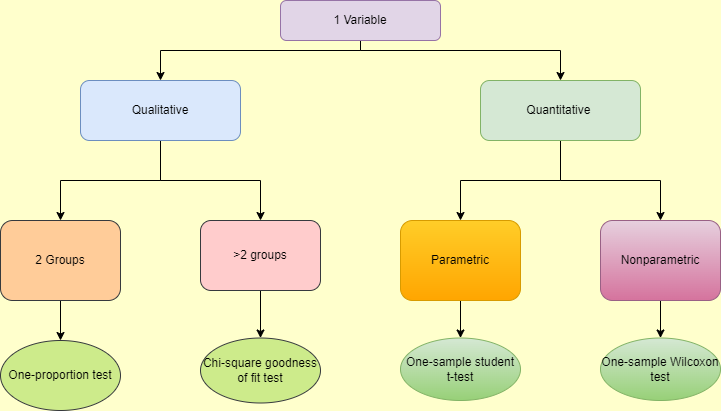
The draw.io diagram OneVariable.drawio.png in Ochoka/Data, before a commit. Source tidied: cells renumbered, new cells last; positions are measured from the earlier drawing's top-left corner, leaving out a move shared by most shapes.
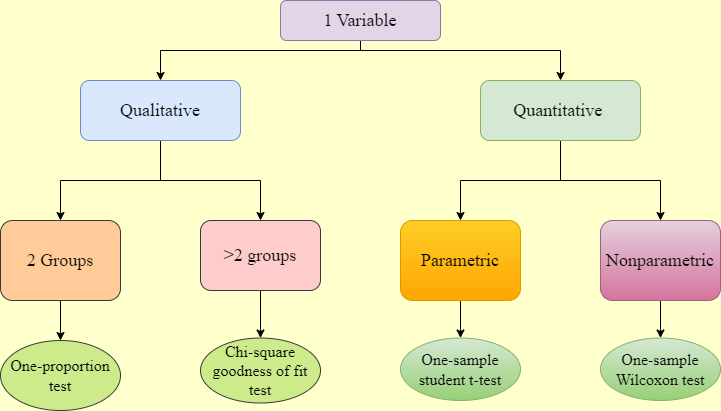
The same file after the commit.

Diff of the diagram source:
```diff
@@ -5,37 +5,37 @@
     <mxCell id="2" style="edgeStyle=orthogonalEdgeStyle;rounded=0;jettySize=auto;html=1;exitX=0.5;exitY=1;exitDx=0;exitDy=0;entryX=0.5;entryY=0;entryDx=0;entryDy=0;" parent="1" edge="1" source="3" target="10">
       <mxGeometry relative="1" as="geometry" />
     </mxCell>
-    <mxCell id="3" value="2 Groups" style="rounded=1;whiteSpace=wrap;html=1;fontSize=12;glass=0;strokeWidth=1;shadow=0;fillColor=#ffcc99;strokeColor=#36393d;" parent="1" vertex="1">
+    <mxCell id="3" value="&lt;font style=&quot;font-size: 18px;&quot; face=&quot;Times New Roman&quot;&gt;2 Groups&lt;/font&gt;" style="rounded=1;whiteSpace=wrap;html=1;fontSize=12;glass=0;strokeWidth=1;shadow=0;fillColor=#ffcc99;strokeColor=#36393d;" parent="1" vertex="1">
       <mxGeometry y="220" width="120" height="80" as="geometry" />
     </mxCell>
     <mxCell id="4" style="edgeStyle=orthogonalEdgeStyle;rounded=0;jettySize=auto;html=1;entryX=0.5;entryY=0;entryDx=0;entryDy=0;" parent="1" edge="1" source="5" target="11">
       <mxGeometry relative="1" as="geometry" />
     </mxCell>
-    <mxCell id="5" value="&amp;gt;2 groups" style="rounded=1;whiteSpace=wrap;html=1;fillColor=#ffcccc;strokeColor=#36393d;" parent="1" vertex="1">
+    <mxCell id="5" value="&lt;font style=&quot;font-size: 18px;&quot; face=&quot;Times New Roman&quot;&gt;&amp;gt;2 groups&lt;/font&gt;" style="rounded=1;whiteSpace=wrap;html=1;fillColor=#ffcccc;strokeColor=#36393d;" parent="1" vertex="1">
       <mxGeometry x="200" y="220" width="120" height="70" as="geometry" />
     </mxCell>
     <mxCell id="6" style="edgeStyle=orthogonalEdgeStyle;rounded=0;jettySize=auto;html=1;exitX=0.5;exitY=1;exitDx=0;exitDy=0;entryX=0.5;entryY=0;entryDx=0;entryDy=0;" parent="1" edge="1" source="7" target="12">
       <mxGeometry relative="1" as="geometry" />
     </mxCell>
-    <mxCell id="7" value="Parametric" style="rounded=1;whiteSpace=wrap;html=1;fillColor=#ffcd28;gradientColor=#ffa500;strokeColor=#d79b00;" parent="1" vertex="1">
+    <mxCell id="7" value="&lt;font style=&quot;font-size: 18px;&quot; face=&quot;Times New Roman&quot;&gt;Parametric&lt;/font&gt;" style="rounded=1;whiteSpace=wrap;html=1;fillColor=#ffcd28;gradientColor=#ffa500;strokeColor=#d79b00;" parent="1" vertex="1">
       <mxGeometry x="400" y="220" width="120" height="80" as="geometry" />
     </mxCell>
     <mxCell id="8" style="edgeStyle=orthogonalEdgeStyle;rounded=0;jettySize=auto;html=1;exitX=0.5;exitY=1;exitDx=0;exitDy=0;entryX=0.5;entryY=0;entryDx=0;entryDy=0;" parent="1" edge="1" source="9" target="13">
       <mxGeometry relative="1" as="geometry" />
     </mxCell>
-    <mxCell id="9" value="Nonparametric" style="rounded=1;whiteSpace=wrap;html=1;fillColor=#e6d0de;gradientColor=#d5739d;strokeColor=#996185;" parent="1" vertex="1">
+    <mxCell id="9" value="&lt;font style=&quot;font-size: 18px;&quot; face=&quot;Times New Roman&quot;&gt;Nonparametric&lt;/font&gt;" style="rounded=1;whiteSpace=wrap;html=1;fillColor=#e6d0de;gradientColor=#d5739d;strokeColor=#996185;" parent="1" vertex="1">
       <mxGeometry x="600" y="220" width="120" height="80" as="geometry" />
     </mxCell>
-    <mxCell id="10" value="One-proportion test" style="ellipse;whiteSpace=wrap;html=1;fillColor=#cdeb8b;strokeColor=#36393d;" parent="1" vertex="1">
+    <mxCell id="10" value="&lt;font style=&quot;font-size: 16px;&quot; face=&quot;Times New Roman&quot;&gt;One-proportion test&lt;/font&gt;" style="ellipse;whiteSpace=wrap;html=1;fillColor=#cdeb8b;strokeColor=#36393d;" parent="1" vertex="1">
       <mxGeometry y="340" width="120" height="70" as="geometry" />
     </mxCell>
-    <mxCell id="11" value="Chi-square goodness of fit test" style="ellipse;whiteSpace=wrap;html=1;fillColor=#cdeb8b;strokeColor=#36393d;" parent="1" vertex="1">
+    <mxCell id="11" value="&lt;font style=&quot;font-size: 16px;&quot; face=&quot;Times New Roman&quot;&gt;Chi-square goodness of fit test&lt;/font&gt;" style="ellipse;whiteSpace=wrap;html=1;fillColor=#cdeb8b;strokeColor=#36393d;" parent="1" vertex="1">
       <mxGeometry x="200" y="337.5" width="120" height="65" as="geometry" />
     </mxCell>
-    <mxCell id="12" value="One-sample student t-test" style="ellipse;whiteSpace=wrap;html=1;fillColor=#d5e8d4;gradientColor=#97d077;strokeColor=#82b366;" parent="1" vertex="1">
+    <mxCell id="12" value="&lt;font style=&quot;font-size: 16px;&quot; face=&quot;Times New Roman&quot;&gt;One-sample student t-test&lt;/font&gt;" style="ellipse;whiteSpace=wrap;html=1;fillColor=#d5e8d4;gradientColor=#97d077;strokeColor=#82b366;" parent="1" vertex="1">
       <mxGeometry x="400" y="337.5" width="120" height="62.5" as="geometry" />
     </mxCell>
-    <mxCell id="13" value="One-sample Wilcoxon test" style="ellipse;whiteSpace=wrap;html=1;fillColor=#d5e8d4;gradientColor=#97d077;strokeColor=#82b366;" parent="1" vertex="1">
+    <mxCell id="13" value="&lt;font face=&quot;Times New Roman&quot; style=&quot;font-size: 16px;&quot;&gt;One-sample Wilcoxon test&lt;/font&gt;" style="ellipse;whiteSpace=wrap;html=1;fillColor=#d5e8d4;gradientColor=#97d077;strokeColor=#82b366;" parent="1" vertex="1">
       <mxGeometry x="600" y="337.5" width="120" height="62.5" as="geometry" />
     </mxCell>
     <mxCell id="14" style="edgeStyle=orthogonalEdgeStyle;rounded=0;jettySize=auto;html=1;entryX=0.5;entryY=0;entryDx=0;entryDy=0;" parent="1" edge="1" source="16" target="3">
@@ -44,7 +44,7 @@
     <mxCell id="15" style="edgeStyle=orthogonalEdgeStyle;rounded=0;jettySize=auto;html=1;entryX=0.5;entryY=0;entryDx=0;entryDy=0;" parent="1" edge="1" source="16" target="5">
       <mxGeometry relative="1" as="geometry" />
     </mxCell>
-    <mxCell id="16" value="Qualitative" style="rounded=1;whiteSpace=wrap;html=1;fillColor=#dae8fc;strokeColor=#6c8ebf;" parent="1" vertex="1">
+    <mxCell id="16" value="&lt;font style=&quot;font-size: 18px;&quot; face=&quot;Times New Roman&quot;&gt;Qualitative&lt;/font&gt;" style="rounded=1;whiteSpace=wrap;html=1;fillColor=#dae8fc;strokeColor=#6c8ebf;" parent="1" vertex="1">
       <mxGeometry x="80" y="80" width="160" height="60" as="geometry" />
     </mxCell>
     <mxCell id="17" style="edgeStyle=orthogonalEdgeStyle;rounded=0;jettySize=auto;html=1;entryX=0.5;entryY=0;entryDx=0;entryDy=0;" parent="1" edge="1" source="19" target="7">
@@ -53,7 +53,7 @@
     <mxCell id="18" style="edgeStyle=orthogonalEdgeStyle;rounded=0;jettySize=auto;html=1;" parent="1" edge="1" source="19" target="9">
       <mxGeometry relative="1" as="geometry" />
     </mxCell>
-    <mxCell id="19" value="Quantitative&amp;nbsp;" style="rounded=1;whiteSpace=wrap;html=1;fillColor=#d5e8d4;strokeColor=#82b366;" parent="1" vertex="1">
+    <mxCell id="19" value="&lt;font style=&quot;font-size: 18px;&quot; face=&quot;Times New Roman&quot;&gt;Quantitative&amp;nbsp;&lt;/font&gt;" style="rounded=1;whiteSpace=wrap;html=1;fillColor=#d5e8d4;strokeColor=#82b366;" parent="1" vertex="1">
       <mxGeometry x="480" y="80" width="160" height="60" as="geometry" />
     </mxCell>
     <mxCell id="20" style="edgeStyle=orthogonalEdgeStyle;rounded=0;jettySize=auto;html=1;" parent="1" edge="1" source="22" target="16">
@@ -72,7 +72,7 @@
         </Array>
       </mxGeometry>
     </mxCell>
-    <mxCell id="22" value="1 Variable" style="rounded=1;whiteSpace=wrap;html=1;fillColor=#e1d5e7;strokeColor=#9673a6;" parent="1" vertex="1">
+    <mxCell id="22" value="&lt;font style=&quot;font-size: 18px;&quot; face=&quot;Times New Roman&quot;&gt;1 Variable&lt;/font&gt;" style="rounded=1;whiteSpace=wrap;html=1;fillColor=#e1d5e7;strokeColor=#9673a6;" parent="1" vertex="1">
       <mxGeometry x="280" width="160" height="40" as="geometry" />
     </mxCell>
   </root>
```
